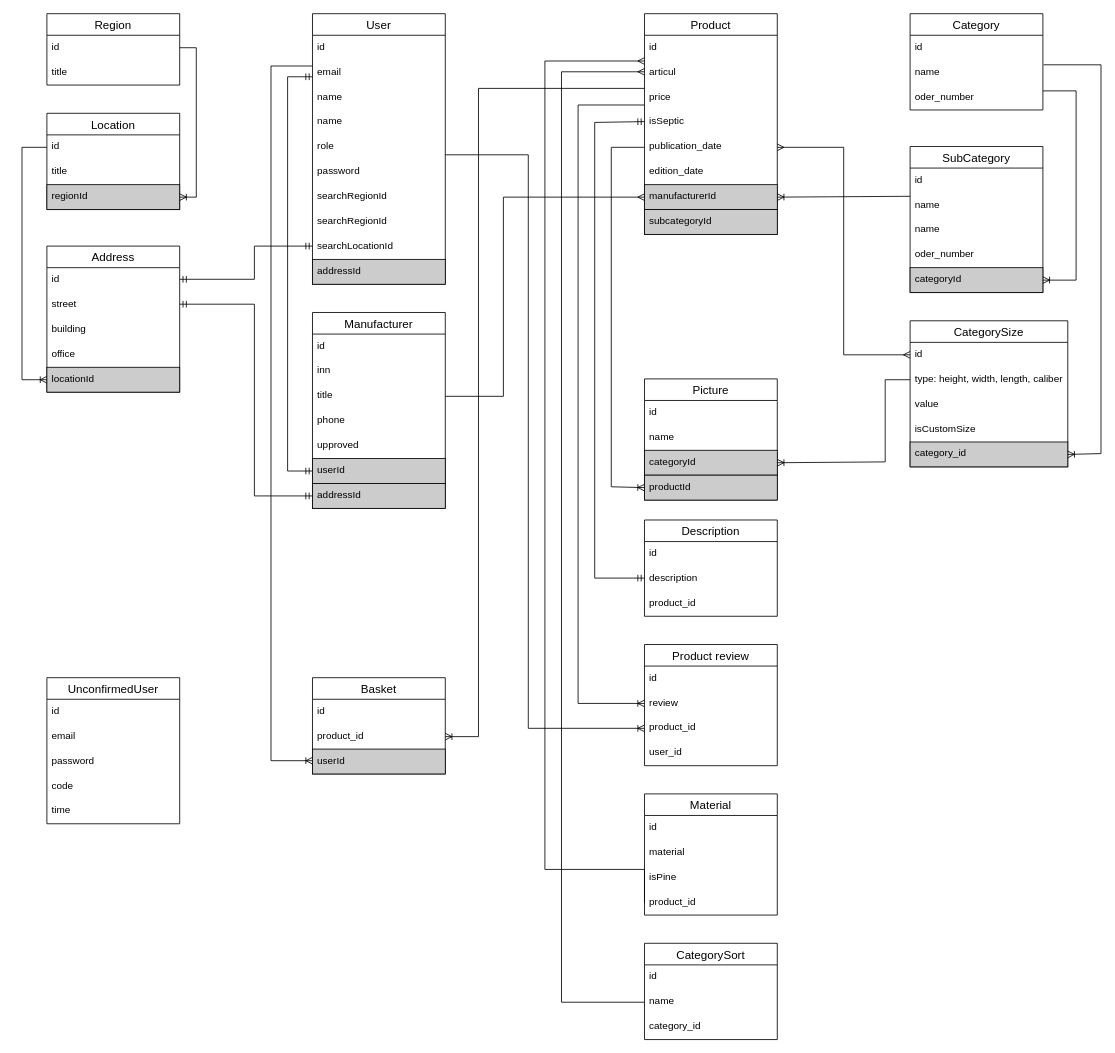
Above: lesopilka.drawio in alexeyk500/lesopilka_backend (draw.io), before the change. Source tidied: cells renumbered, new cells numbered last; positions are measured from the earlier drawing's top-left corner, leaving out a move shared by most shapes. Both pictures are drawn from the tidied source at 83%, with x=0, y=0 at pixel (22, 13).
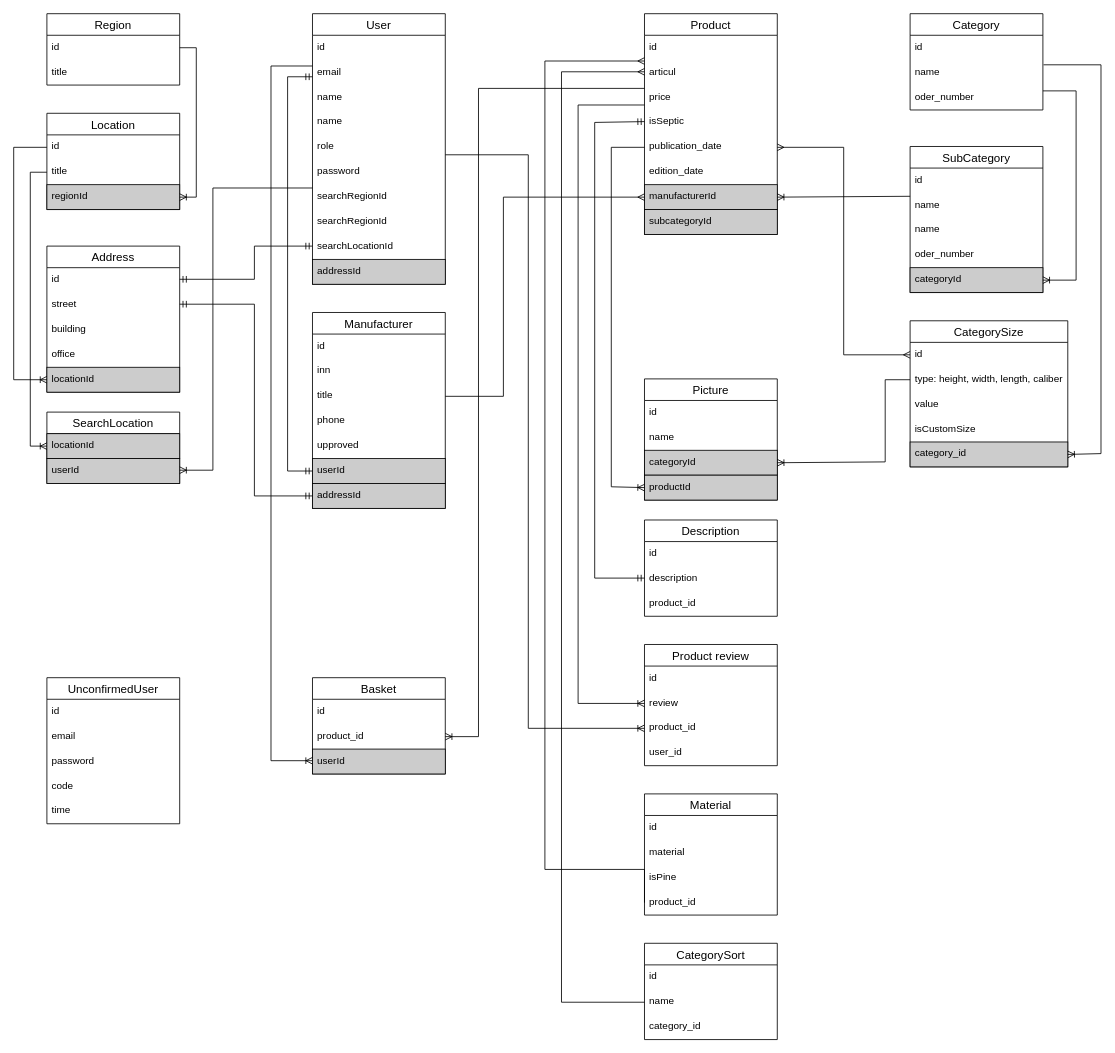
Above is the later version.

Unchanged cells that the change refers to:
```xml
<mxCell id="3" value="id" style="text;strokeColor=none;fillColor=none;spacingLeft=4;spacingRight=4;overflow=hidden;points=[[0,0.5],[1,0.5]];portConstraint=eastwest;fontSize=12;" parent="2" vertex="1">
  <mxGeometry y="26" width="160" height="30" as="geometry" />
</mxCell>
<mxCell id="4" value="title" style="text;strokeColor=none;fillColor=none;spacingLeft=4;spacingRight=4;overflow=hidden;points=[[0,0.5],[1,0.5]];portConstraint=eastwest;fontSize=12;" parent="2" vertex="1">
  <mxGeometry y="56" width="160" height="30" as="geometry" />
</mxCell>
```

The edit, as a diff of the source:
```diff
@@
     <mxCell id="86" style="edgeStyle=orthogonalEdgeStyle;fontSize=12;html=1;endArrow=ERoneToMany;rounded=0;exitX=0;exitY=0.5;exitDx=0;exitDy=0;entryX=0;entryY=0.5;entryDx=0;entryDy=0;" parent="1" edge="1" source="3">
       <mxGeometry relative="1" as="geometry">
         <mxPoint x="30" y="441" as="targetPoint" />
         <Array as="points">
-          <mxPoint y="161" />
-          <mxPoint y="441" />
+          <mxPoint x="-10" y="161" />
+          <mxPoint x="-10" y="441" />
         </Array>
       </mxGeometry>
     </mxCell>
@@
+    <mxCell id="111" value="SearchLocation" style="swimlane;fontStyle=0;horizontal=1;startSize=26;align=center;fontSize=14;" parent="1" vertex="1">
+      <mxGeometry x="30" y="480" width="160" height="86" as="geometry" />
+    </mxCell>
+    <mxCell id="112" value="locationId&#10;" style="text;spacingLeft=4;spacingRight=4;overflow=hidden;fontSize=12;fillColor=#CCCCCC;strokeColor=default;" parent="111" vertex="1">
+      <mxGeometry y="26" width="160" height="30" as="geometry" />
+    </mxCell>
+    <mxCell id="113" value="userId&#10;" style="text;spacingLeft=4;spacingRight=4;overflow=hidden;fontSize=12;fillColor=#CCCCCC;strokeColor=default;" parent="111" vertex="1">
+      <mxGeometry y="56" width="160" height="30" as="geometry" />
+    </mxCell>
+    <mxCell id="114" style="edgeStyle=orthogonalEdgeStyle;fontSize=12;html=1;endArrow=ERoneToMany;rounded=0;exitX=0;exitY=0.5;exitDx=0;exitDy=0;" parent="1" edge="1" source="4">
+      <mxGeometry relative="1" as="geometry">
+        <mxPoint x="30" y="521" as="targetPoint" />
+        <Array as="points">
+          <mxPoint x="10" y="191" />
+          <mxPoint x="10" y="521" />
+        </Array>
+      </mxGeometry>
+    </mxCell>
+    <mxCell id="115" style="edgeStyle=orthogonalEdgeStyle;fontSize=12;html=1;endArrow=ERoneToMany;rounded=0;" parent="1" edge="1">
+      <mxGeometry relative="1" as="geometry">
+        <mxPoint x="350" y="210" as="sourcePoint" />
+        <mxPoint x="190" y="550" as="targetPoint" />
+        <Array as="points">
+          <mxPoint x="230" y="210" />
+          <mxPoint x="230" y="550" />
+        </Array>
+      </mxGeometry>
+    </mxCell>
```
